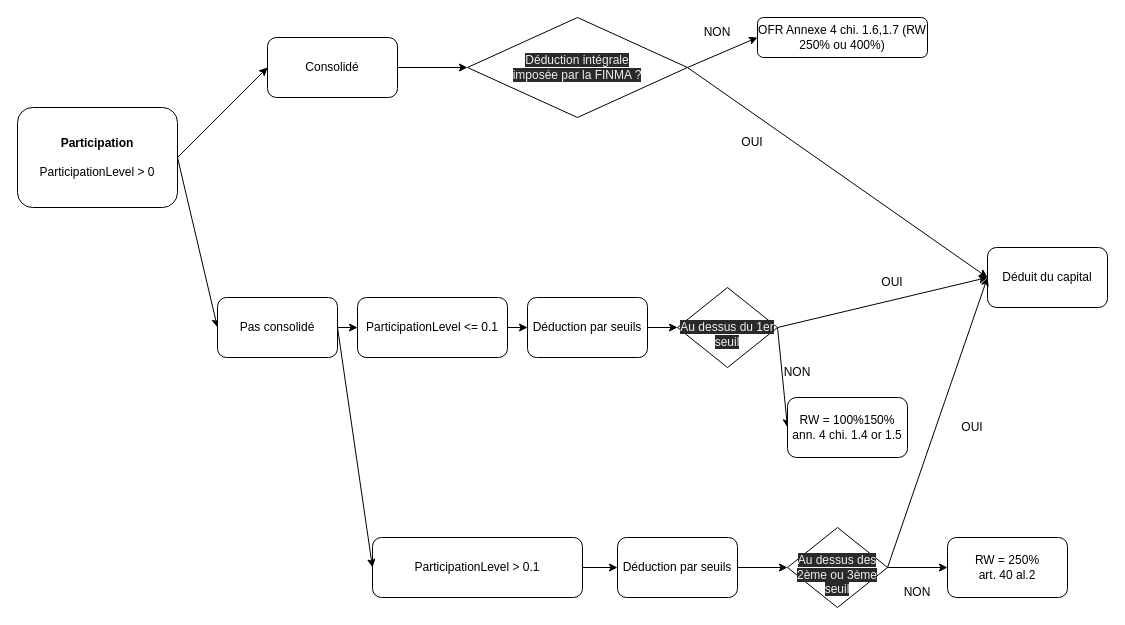
Above: mkdocs/FunctionalDoc/diagrams/Participations.drawio in quadrum-solutions/quadrum-solutions.github.io (draw.io), before the change. Source tidied: cells renumbered, new cells numbered last; positions are measured from the earlier drawing's top-left corner, leaving out a move shared by most shapes. Both pictures are drawn from the tidied source at 100%, with x=0, y=0 at pixel (17, 17).
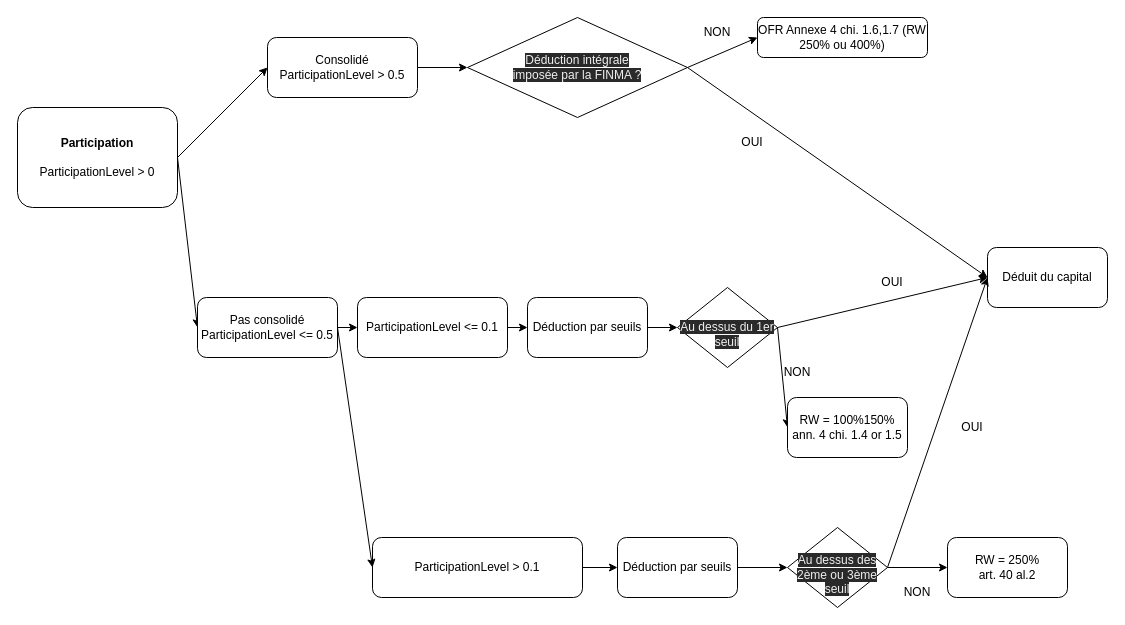
The same page after the edit.

What changed in the source:
```diff
@@
-    <mxCell id="5" value="Consolidé" style="rounded=1;whiteSpace=wrap;html=1;" parent="1" vertex="1">
-      <mxGeometry x="250" y="20" width="130" height="60" as="geometry" />
+    <mxCell id="5" value="Consolidé&lt;div&gt;ParticipationLevel &amp;gt; 0.5&lt;br&gt;&lt;/div&gt;" style="rounded=1;whiteSpace=wrap;html=1;" parent="1" vertex="1">
+      <mxGeometry x="250" y="20" width="150" height="60" as="geometry" />
     </mxCell>
-    <mxCell id="6" value="Pas consolidé" style="rounded=1;whiteSpace=wrap;html=1;" parent="1" vertex="1">
-      <mxGeometry x="200" y="280" width="120" height="60" as="geometry" />
+    <mxCell id="6" value="Pas consolidé&lt;div&gt;ParticipationLevel &amp;lt;= 0.5&lt;br&gt;&lt;/div&gt;" style="rounded=1;whiteSpace=wrap;html=1;" parent="1" vertex="1">
+      <mxGeometry x="180" y="280" width="140" height="60" as="geometry" />
     </mxCell>
```
